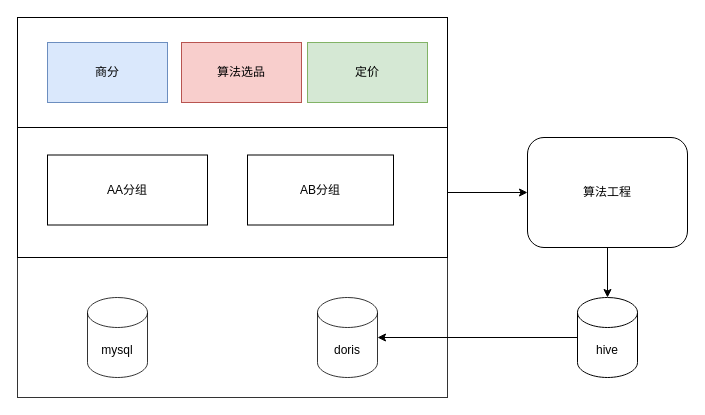
Before: Untitled Diagram.drawio in sunlongyun/cloud-starter, a draw.io diagram. Source tidied: cells renumbered, new cells numbered last; positions are measured from the earlier drawing's top-left corner, leaving out a move shared by most shapes. Both pictures are drawn from the tidied source at 100%, with x=0, y=0 at pixel (17, 17).
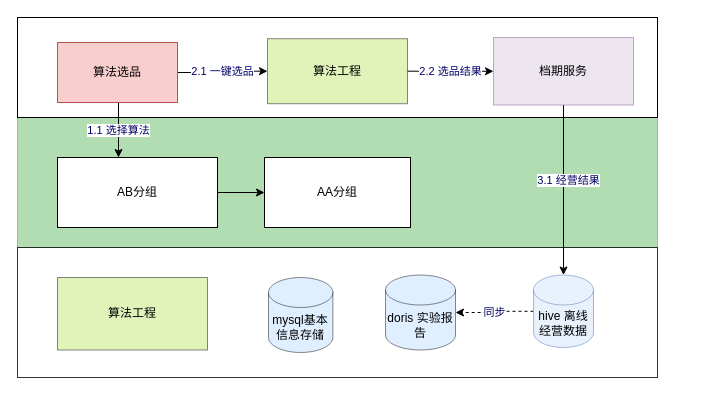
The same diagram, later.

Commit message (it also covers changes not shown here):
AB实验平台架构图

Change to the diagram source:
```diff
@@
+    <mxCell id="8" style="rounded=0;whiteSpace=wrap;html=1;strokeColor=#005700;fillColor=#008a00;fontColor=#ffffff;opacity=30;" parent="1" vertex="1">
+      <mxGeometry y="100" width="640" height="130" as="geometry" />
+    </mxCell>
     <mxCell id="2" style="rounded=0;whiteSpace=wrap;html=1;strokeColor=#000000;fillColor=#FFFFFF;opacity=80;" parent="1" vertex="1">
-      <mxGeometry y="240" width="430" height="140" as="geometry" />
+      <mxGeometry y="230" width="640" height="130" as="geometry" />
     </mxCell>
     <mxCell id="3" style="rounded=0;whiteSpace=wrap;html=1;" parent="1" vertex="1">
-      <mxGeometry width="430" height="110" as="geometry" />
+      <mxGeometry width="640" height="100" as="geometry" />
     </mxCell>
-    <mxCell id="4" value="商分" style="rounded=0;whiteSpace=wrap;html=1;fillColor=#dae8fc;strokeColor=#6c8ebf;" parent="1" vertex="1">
-      <mxGeometry x="30" y="25" width="120" height="60" as="geometry" />
-    </mxCell>
+    <mxCell id="17" value="1.1 选择算法" style="edgeStyle=orthogonalEdgeStyle;rounded=0;orthogonalLoop=1;jettySize=auto;html=1;fontColor=#000066;" parent="1" edge="1">
+      <mxGeometry relative="1" as="geometry">
+        <mxPoint x="101" y="85" as="sourcePoint" />
+        <mxPoint x="101" y="140" as="targetPoint" />
+        <Array as="points">
+          <mxPoint x="101" y="110" />
+          <mxPoint x="101" y="110" />
+        </Array>
+      </mxGeometry>
+    </mxCell>
+    <mxCell id="18" value="2.1 一键选品" style="edgeStyle=orthogonalEdgeStyle;rounded=0;jettySize=auto;html=1;fontColor=#000066;" parent="1" edge="1" source="5" target="22">
+      <mxGeometry relative="1" as="geometry" />
+    </mxCell>
     <mxCell id="5" value="算法选品" style="rounded=0;whiteSpace=wrap;html=1;fillColor=#f8cecc;strokeColor=#b85450;" parent="1" vertex="1">
-      <mxGeometry x="164" y="25" width="120" height="60" as="geometry" />
+      <mxGeometry x="40" y="25" width="120" height="60" as="geometry" />
     </mxCell>
-    <mxCell id="6" value="定价" style="rounded=0;whiteSpace=wrap;html=1;fillColor=#d5e8d4;strokeColor=#82b366;" parent="1" vertex="1">
-      <mxGeometry x="290" y="25" width="120" height="60" as="geometry" />
-    </mxCell>
-    <mxCell id="7" style="edgeStyle=orthogonalEdgeStyle;rounded=0;jettySize=auto;html=1;" parent="1" edge="1" source="8" target="12">
-      <mxGeometry relative="1" as="geometry" />
-    </mxCell>
-    <mxCell id="8" style="rounded=0;whiteSpace=wrap;html=1;" parent="1" vertex="1">
-      <mxGeometry y="110" width="430" height="130" as="geometry" />
-    </mxCell>
+    <mxCell id="19" style="edgeStyle=orthogonalEdgeStyle;rounded=0;jettySize=auto;html=1;fontColor=#000066;" parent="1" edge="1" source="9" target="10">
+      <mxGeometry relative="1" as="geometry" />
+    </mxCell>
-    <mxCell id="9" value="AA分组" style="rounded=0;whiteSpace=wrap;html=1;fillColor=#FFFFFF;strokeColor=#000000;" parent="1" vertex="1">
-      <mxGeometry x="30" y="137.5" width="160" height="70" as="geometry" />
+    <mxCell id="9" value="AB分组" style="rounded=0;whiteSpace=wrap;html=1;fillColor=#FFFFFF;strokeColor=#000000;" parent="1" vertex="1">
+      <mxGeometry x="40" y="140" width="160" height="70" as="geometry" />
     </mxCell>
-    <mxCell id="10" value="AB分组" style="rounded=0;whiteSpace=wrap;html=1;strokeColor=#000000;fillColor=#FFFFFF;" parent="1" vertex="1">
-      <mxGeometry x="230" y="137.5" width="146" height="70" as="geometry" />
+    <mxCell id="10" value="AA分组" style="rounded=0;whiteSpace=wrap;html=1;strokeColor=#000000;fillColor=#FFFFFF;" parent="1" vertex="1">
+      <mxGeometry x="247" y="140" width="146" height="70" as="geometry" />
     </mxCell>
-    <mxCell id="11" style="edgeStyle=orthogonalEdgeStyle;rounded=0;jettySize=auto;html=1;" parent="1" edge="1" source="12" target="14">
-      <mxGeometry relative="1" as="geometry" />
-    </mxCell>
-    <mxCell id="12" value="算法工程" style="rounded=1;whiteSpace=wrap;html=1;strokeColor=#000000;fillColor=#FFFFFF;" parent="1" vertex="1">
-      <mxGeometry x="510" y="120" width="160" height="110" as="geometry" />
-    </mxCell>
-    <mxCell id="13" style="edgeStyle=orthogonalEdgeStyle;rounded=0;jettySize=auto;html=1;" parent="1" edge="1" source="14" target="15">
-      <mxGeometry relative="1" as="geometry" />
-    </mxCell>
-    <mxCell id="14" value="hive" style="shape=cylinder3;whiteSpace=wrap;html=1;boundedLbl=1;backgroundOutline=1;size=15;strokeColor=#000000;fillColor=#FFFFFF;" parent="1" vertex="1">
-      <mxGeometry x="560" y="280" width="60" height="80" as="geometry" />
-    </mxCell>
-    <mxCell id="15" value="doris" style="shape=cylinder3;whiteSpace=wrap;html=1;boundedLbl=1;backgroundOutline=1;size=15;strokeColor=#000000;fillColor=#FFFFFF;opacity=80;" parent="1" vertex="1">
-      <mxGeometry x="300" y="280" width="60" height="80" as="geometry" />
-    </mxCell>
-    <mxCell id="16" value="mysql" style="shape=cylinder3;whiteSpace=wrap;html=1;boundedLbl=1;backgroundOutline=1;size=15;strokeColor=#000000;fillColor=#FFFFFF;opacity=80;" parent="1" vertex="1">
-      <mxGeometry x="70" y="280" width="60" height="80" as="geometry" />
-    </mxCell>
+    <mxCell id="20" value="算法工程" style="rounded=0;whiteSpace=wrap;html=1;opacity=60;fillColor=#cdeb8b;strokeColor=#36393d;" parent="1" vertex="1">
+      <mxGeometry x="40" y="260" width="150" height="72.5" as="geometry" />
+    </mxCell>
+    <mxCell id="21" value="2.2 选品结果" style="edgeStyle=orthogonalEdgeStyle;rounded=0;jettySize=auto;html=1;fontColor=#000066;" parent="1" edge="1" source="22" target="27">
+      <mxGeometry relative="1" as="geometry" />
+    </mxCell>
+    <mxCell id="22" value="算法工程" style="rounded=0;whiteSpace=wrap;html=1;opacity=60;fillColor=#cdeb8b;strokeColor=#36393d;" parent="1" vertex="1">
+      <mxGeometry x="250" y="21.2" width="140" height="65" as="geometry" />
+    </mxCell>
+    <mxCell id="23" value="mysql基本信息存储" style="shape=cylinder3;whiteSpace=wrap;html=1;boundedLbl=1;backgroundOutline=1;size=15;opacity=60;fillColor=#cce5ff;strokeColor=#36393d;" parent="1" vertex="1">
+      <mxGeometry x="251" y="260" width="64.4" height="75" as="geometry" />
+    </mxCell>
+    <mxCell id="24" value="doris 实验报告" style="shape=cylinder3;whiteSpace=wrap;html=1;boundedLbl=1;backgroundOutline=1;size=15;opacity=60;fillColor=#cce5ff;strokeColor=#36393d;" parent="1" vertex="1">
+      <mxGeometry x="368" y="257.5" width="70" height="75" as="geometry" />
+    </mxCell>
+    <mxCell id="25" style="edgeStyle=orthogonalEdgeStyle;rounded=0;jettySize=auto;html=1;fontColor=#000066;" parent="1" edge="1" source="27" target="29">
+      <mxGeometry relative="1" as="geometry" />
+    </mxCell>
+    <mxCell id="26" value="3.1 经营结果" style="edgeLabel;html=1;align=center;verticalAlign=middle;fontColor=#000066;" parent="25" vertex="1">
+      <mxGeometry x="-0.12" y="4" relative="1" as="geometry" />
+    </mxCell>
+    <mxCell id="27" value="档期服务" style="rounded=0;whiteSpace=wrap;html=1;opacity=60;fillColor=#e1d5e7;strokeColor=#9673a6;" parent="1" vertex="1">
+      <mxGeometry x="476" y="20" width="140" height="67.5" as="geometry" />
+    </mxCell>
+    <mxCell id="28" value="同步" style="edgeStyle=orthogonalEdgeStyle;rounded=0;jettySize=auto;html=1;entryX=1;entryY=0.5;entryDx=0;entryDy=0;entryPerimeter=0;fontColor=#000066;dashed=1;" parent="1" edge="1" source="29" target="24">
+      <mxGeometry relative="1" as="geometry" />
+    </mxCell>
+    <mxCell id="29" value="hive 离线经营数据" style="shape=cylinder3;whiteSpace=wrap;html=1;boundedLbl=1;backgroundOutline=1;size=15;opacity=60;fillColor=#dae8fc;strokeColor=#6c8ebf;" parent="1" vertex="1">
+      <mxGeometry x="516" y="257.5" width="60" height="72.5" as="geometry" />
+    </mxCell>
```
